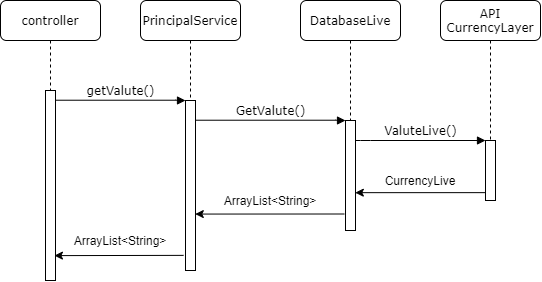
Above: UML/getValute.png in abbru-matte/OOPproj (draw.io), before the change. Source tidied: cells renumbered, new cells last; positions are measured from the earlier drawing's top-left corner, leaving out a move shared by most shapes.
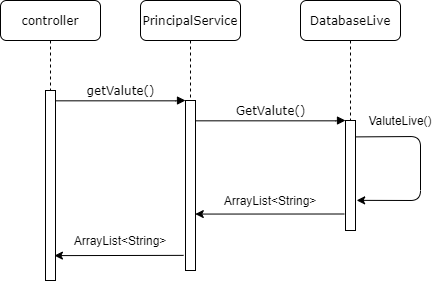
After the commit.

The edit, as a diff of the source:
```diff
@@ -14,37 +14,26 @@
     <mxCell id="5" style="html=1;points=[];perimeter=orthogonalPerimeter;rounded=0;shadow=0;comic=0;labelBackgroundColor=none;strokeWidth=1;fontFamily=Verdana;fontSize=12;align=center;" parent="4" vertex="1">
       <mxGeometry x="45" y="120" width="10" height="110" as="geometry" />
     </mxCell>
-    <mxCell id="6" value="API CurrencyLayer" style="shape=umlLifeline;perimeter=lifelinePerimeter;whiteSpace=wrap;html=1;rounded=1;shadow=0;comic=0;labelBackgroundColor=none;strokeWidth=1;fontFamily=Verdana;fontSize=12;align=center;" parent="1" vertex="1">
-      <mxGeometry x="440" width="100" height="200" as="geometry" />
-    </mxCell>
+    <mxCell id="19" style="endArrow=classic;html=1;exitX=1.067;exitY=0.149;exitDx=0;exitDy=0;exitPerimeter=0;entryX=1.114;entryY=0.726;entryDx=0;entryDy=0;entryPerimeter=0;" parent="4" edge="1" source="5" target="5">
+      <mxGeometry relative="1" as="geometry">
+        <Array as="points">
+          <mxPoint x="120" y="136" />
+          <mxPoint x="120" y="200" />
+        </Array>
+      </mxGeometry>
+    </mxCell>
     <mxCell id="7" value="controller" style="shape=umlLifeline;perimeter=lifelinePerimeter;whiteSpace=wrap;html=1;rounded=1;shadow=0;comic=0;labelBackgroundColor=none;strokeWidth=1;fontFamily=Verdana;fontSize=12;align=center;" parent="1" vertex="1">
       <mxGeometry width="100" height="280" as="geometry" />
     </mxCell>
     <mxCell id="8" style="html=1;points=[];perimeter=orthogonalPerimeter;rounded=0;shadow=0;comic=0;labelBackgroundColor=none;strokeWidth=1;fontFamily=Verdana;fontSize=12;align=center;" parent="7" vertex="1">
       <mxGeometry x="45" y="90" width="10" height="190" as="geometry" />
     </mxCell>
-    <mxCell id="9" style="html=1;points=[];perimeter=orthogonalPerimeter;rounded=0;shadow=0;comic=0;labelBackgroundColor=none;strokeWidth=1;fontFamily=Verdana;fontSize=12;align=center;" parent="1" vertex="1">
-      <mxGeometry x="485" y="140" width="10" height="60" as="geometry" />
-    </mxCell>
-    <mxCell id="10" value="ValuteLive()" style="html=1;verticalAlign=bottom;endArrow=block;labelBackgroundColor=none;fontFamily=Verdana;fontSize=12;edgeStyle=elbowEdgeStyle;elbow=vertical;" parent="1" edge="1" source="5" target="9">
-      <mxGeometry relative="1" as="geometry">
-        <Array as="points">
-          <mxPoint x="360" y="140" />
-        </Array>
-      </mxGeometry>
-    </mxCell>
     <mxCell id="11" value="getValute()" style="html=1;verticalAlign=bottom;endArrow=block;entryX=0;entryY=0;labelBackgroundColor=none;fontFamily=Verdana;fontSize=12;edgeStyle=elbowEdgeStyle;elbow=vertical;" parent="1" edge="1" source="8" target="3">
       <mxGeometry relative="1" as="geometry" />
     </mxCell>
     <mxCell id="12" value="GetValute()" style="html=1;verticalAlign=bottom;endArrow=block;entryX=0;entryY=0;labelBackgroundColor=none;fontFamily=Verdana;fontSize=12;edgeStyle=elbowEdgeStyle;elbow=vertical;" parent="1" edge="1" source="3" target="5">
       <mxGeometry relative="1" as="geometry" />
     </mxCell>
-    <mxCell id="13" style="endArrow=classic;html=1;exitX=0.014;exitY=0.869;exitDx=0;exitDy=0;exitPerimeter=0;entryX=0.979;entryY=0.656;entryDx=0;entryDy=0;entryPerimeter=0;" parent="1" edge="1" source="9" target="5">
-      <mxGeometry relative="1" as="geometry" />
-    </mxCell>
-    <mxCell id="14" value="CurrencyLive" style="text;html=1;strokeColor=none;fillColor=none;align=center;verticalAlign=middle;whiteSpace=wrap;rounded=0;" parent="1" vertex="1">
-      <mxGeometry x="400" y="170" width="40" height="20" as="geometry" />
-    </mxCell>
     <mxCell id="15" style="endArrow=classic;html=1;exitX=-0.124;exitY=0.85;exitDx=0;exitDy=0;exitPerimeter=0;entryX=0.979;entryY=0.668;entryDx=0;entryDy=0;entryPerimeter=0;" parent="1" edge="1" source="5" target="3">
       <mxGeometry relative="1" as="geometry" />
     </mxCell>
@@ -57,5 +46,8 @@
     <mxCell id="18" value="ArrayList&amp;lt;String&amp;gt;" style="text;html=1;strokeColor=none;fillColor=none;align=center;verticalAlign=middle;whiteSpace=wrap;rounded=0;" parent="1" vertex="1">
       <mxGeometry x="100" y="230" width="40" height="20" as="geometry" />
     </mxCell>
+    <mxCell id="10" value="ValuteLive()" style="text;html=1;strokeColor=none;fillColor=none;align=center;verticalAlign=middle;whiteSpace=wrap;rounded=0;" parent="1" vertex="1">
+      <mxGeometry x="380" y="110" width="40" height="20" as="geometry" />
+    </mxCell>
   </root>
 </mxGraphModel>
```
